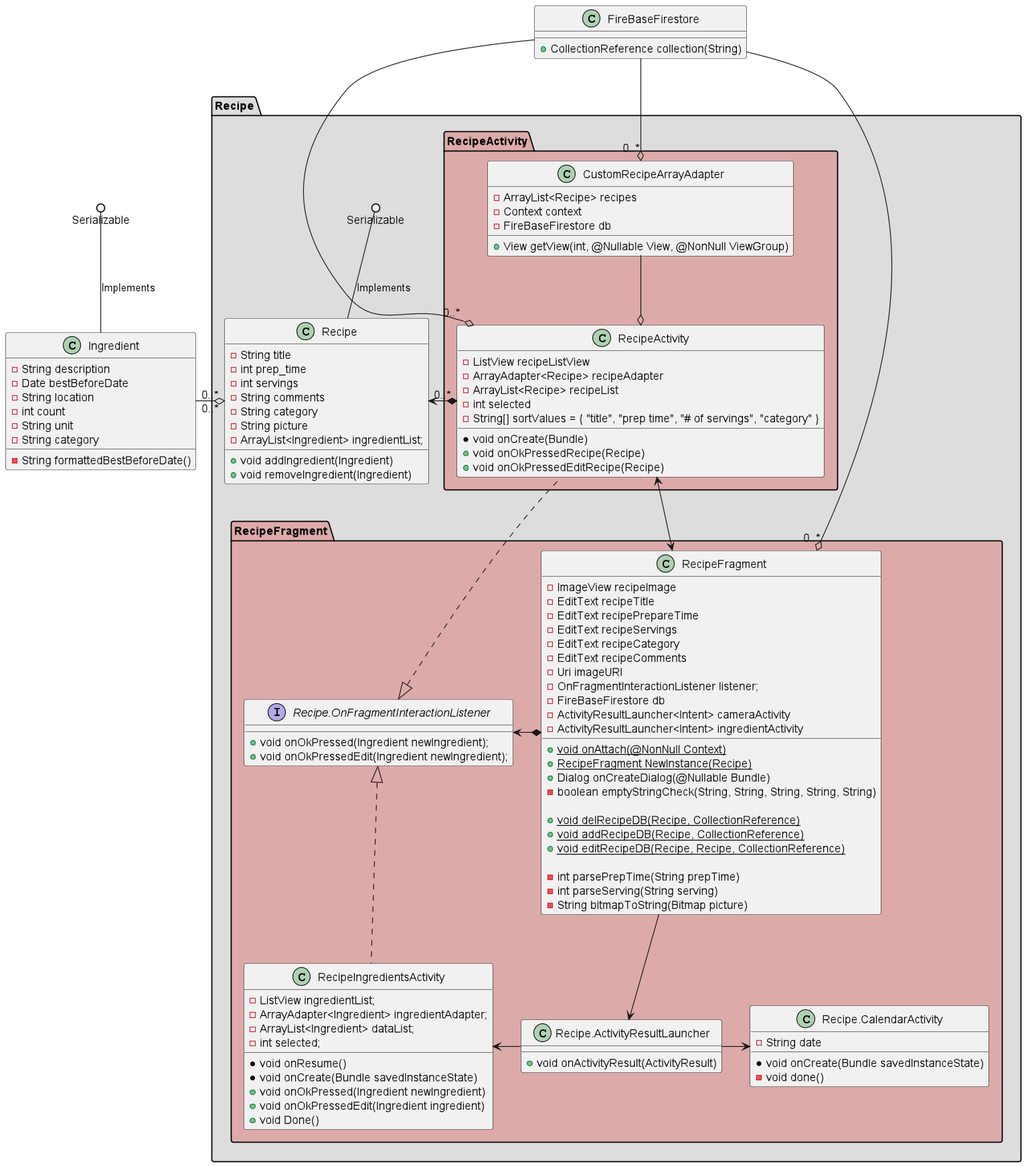
CMPUT301F22T31/FoodCart keeps this PlantUML diagram as doc/diagrams/RecipeUML.png. Above is the earlier version.
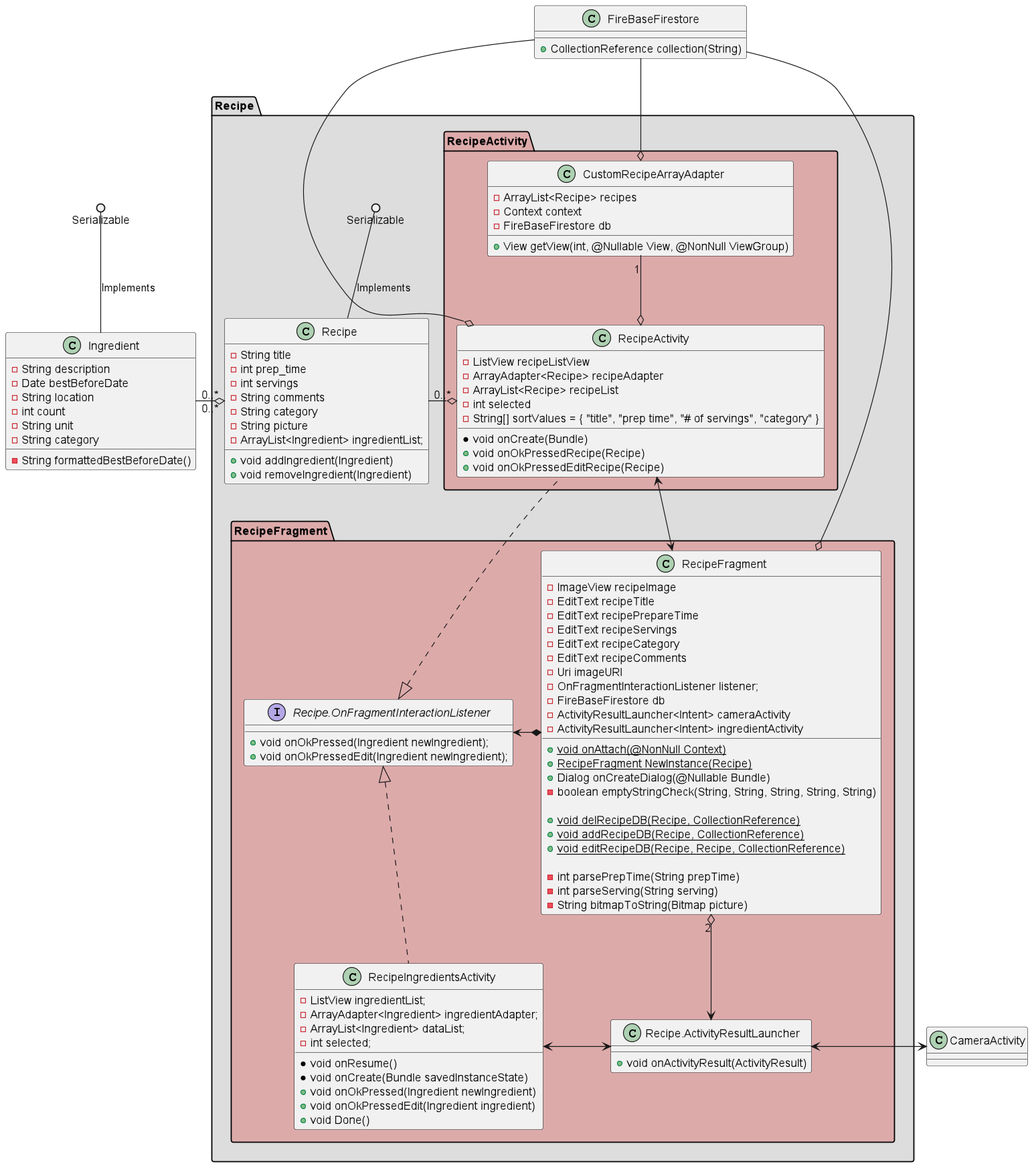
After the commit.

The edit, as a diff of the source:
```diff
@@ -19,7 +19,7 @@
 }
 Serializable ()-- Ingredient : Implements
 
-
+class CameraActivity{}
 
 package Recipe #DDD
 {
@@ -42,12 +42,7 @@
         {
             +void onActivityResult(ActivityResult)
         }
-        class Recipe.CalendarActivity
-        {
-            - String date
-            * void onCreate(Bundle savedInstanceState)
-            - void done()
-        }
+
         interface Recipe.OnFragmentInteractionListener
         {
             +void onOkPressed(Ingredient newIngredient);
@@ -121,18 +116,18 @@
 
     Ingredient "0..*" -o "0..*" Recipe
 
-    RecipeActivity *-> "0..*" Recipe
-    CustomRecipeArrayAdapter --o RecipeActivity
-    FireBaseFirestore --o "0..*" RecipeActivity
+    RecipeActivity o- "0..*" Recipe
+    CustomRecipeArrayAdapter "1" --o RecipeActivity
+    Recipe.OnFragmentInteractionListener <-* RecipeFragment
 
-    Recipe.OnFragmentInteractionListener <-* RecipeFragment
-    FireBaseFirestore --o "0..*" RecipeFragment
-    FireBaseFirestore --o "0..*" CustomRecipeArrayAdapter
+    FireBaseFirestore --o RecipeActivity
+    FireBaseFirestore --o RecipeFragment
+    FireBaseFirestore --o CustomRecipeArrayAdapter
 
     RecipeActivity <--> RecipeFragment
-    RecipeFragment --> Recipe.ActivityResultLauncher
-    Recipe.ActivityResultLauncher -> Recipe.CalendarActivity
-    Recipe.ActivityResultLauncher -> RecipeIngredientsActivity
+    RecipeFragment "2" o--> Recipe.ActivityResultLauncher
+    Recipe.ActivityResultLauncher <-> CameraActivity
+    Recipe.ActivityResultLauncher <-> RecipeIngredientsActivity
 }
 
 
```
